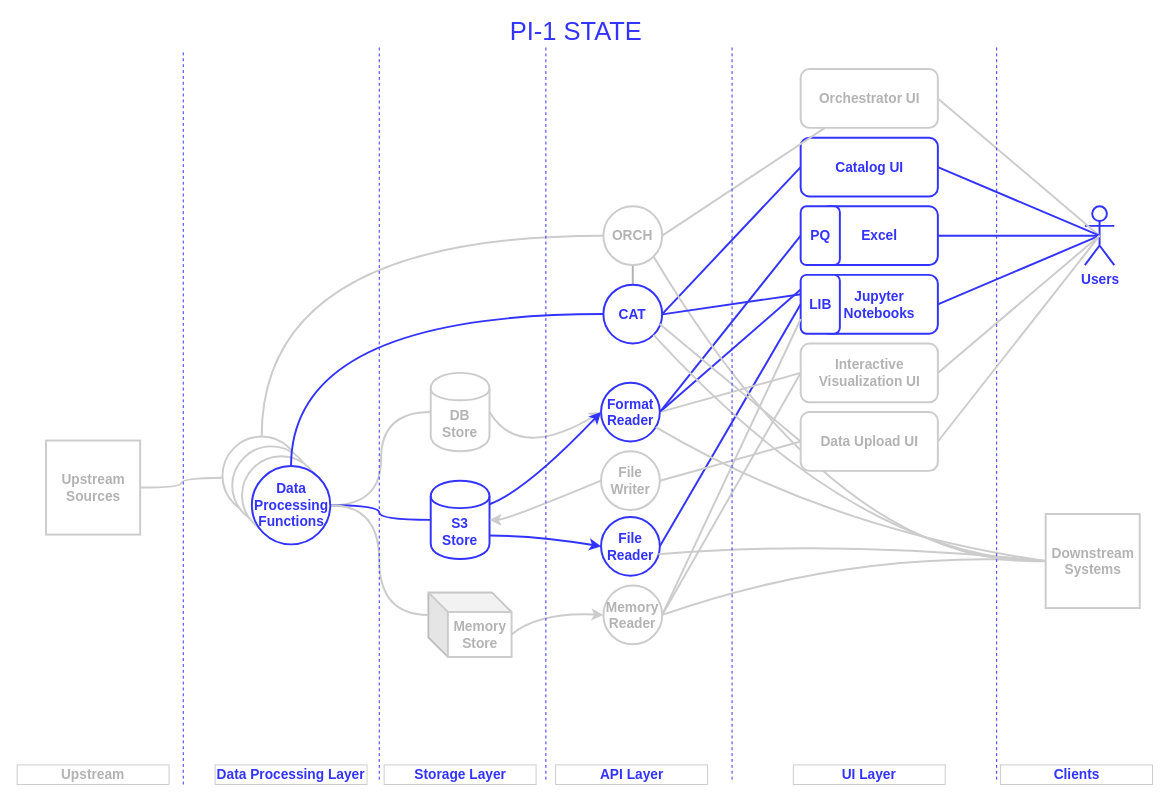
Earlier version of the draw.io diagram light-pi1-state.drawio (victor-kolesnikov/light-design). Source tidied: cells renumbered, new cells numbered last; positions are measured from the earlier drawing's top-left corner, leaving out a move shared by most shapes. Both pictures are drawn from the tidied source at 98%, with x=0, y=0 at pixel (17, 22).
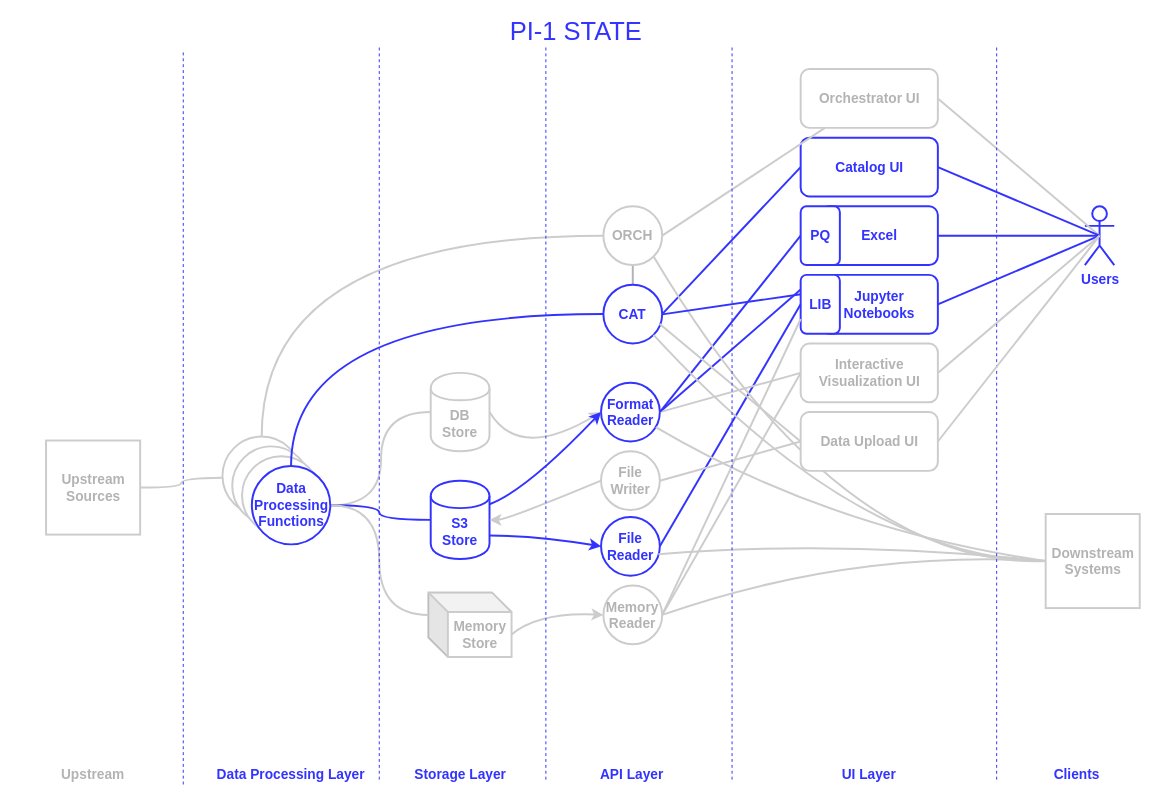
After the change.

The edit, as a diff of the source:
```diff
@@
-    <mxCell id="60" value="&lt;b&gt;&lt;font style=&quot;font-size: 14px&quot;&gt;Data Processing Layer&lt;/font&gt;&lt;/b&gt;" style="text;html=1;strokeColor=#CCCCCC;fillColor=none;align=center;verticalAlign=middle;whiteSpace=wrap;rounded=0;fontColor=#3333FF;" parent="1" vertex="1">
+    <mxCell id="60" value="&lt;b&gt;&lt;font style=&quot;font-size: 14px&quot;&gt;Data Processing Layer&lt;/font&gt;&lt;/b&gt;" style="text;html=1;strokeColor=none;fillColor=none;align=center;verticalAlign=middle;whiteSpace=wrap;rounded=0;fontColor=#3333FF;" parent="1" vertex="1">
       <mxGeometry x="202" y="758" width="155" height="20" as="geometry" />
     </mxCell>
-    <mxCell id="61" value="&lt;b&gt;&lt;font style=&quot;font-size: 14px&quot;&gt;Storage Layer&lt;/font&gt;&lt;/b&gt;" style="text;html=1;strokeColor=#CCCCCC;fillColor=none;align=center;verticalAlign=middle;whiteSpace=wrap;rounded=0;fontColor=#3333FF;" parent="1" vertex="1">
+    <mxCell id="61" value="&lt;b&gt;&lt;font style=&quot;font-size: 14px&quot;&gt;Storage Layer&lt;/font&gt;&lt;/b&gt;" style="text;html=1;strokeColor=none;fillColor=none;align=center;verticalAlign=middle;whiteSpace=wrap;rounded=0;fontColor=#3333FF;" parent="1" vertex="1">
       <mxGeometry x="374.5" y="758" width="155" height="20" as="geometry" />
     </mxCell>
-    <mxCell id="62" value="&lt;b&gt;&lt;font style=&quot;font-size: 14px&quot;&gt;API Layer&lt;/font&gt;&lt;/b&gt;" style="text;html=1;strokeColor=#CCCCCC;fillColor=none;align=center;verticalAlign=middle;whiteSpace=wrap;rounded=0;fontColor=#3333FF;" parent="1" vertex="1">
+    <mxCell id="62" value="&lt;b&gt;&lt;font style=&quot;font-size: 14px&quot;&gt;API Layer&lt;/font&gt;&lt;/b&gt;" style="text;html=1;strokeColor=none;fillColor=none;align=center;verticalAlign=middle;whiteSpace=wrap;rounded=0;fontColor=#3333FF;" parent="1" vertex="1">
       <mxGeometry x="549.5" y="758" width="155" height="20" as="geometry" />
     </mxCell>
-    <mxCell id="63" value="&lt;b&gt;&lt;font style=&quot;font-size: 14px&quot;&gt;UI Layer&lt;/font&gt;&lt;/b&gt;" style="text;html=1;strokeColor=#CCCCCC;fillColor=none;align=center;verticalAlign=middle;whiteSpace=wrap;rounded=0;fontColor=#3333FF;" parent="1" vertex="1">
+    <mxCell id="63" value="&lt;b&gt;&lt;font style=&quot;font-size: 14px&quot;&gt;UI Layer&lt;/font&gt;&lt;/b&gt;" style="text;html=1;strokeColor=none;fillColor=none;align=center;verticalAlign=middle;whiteSpace=wrap;rounded=0;fontColor=#3333FF;" parent="1" vertex="1">
       <mxGeometry x="792" y="758" width="155" height="20" as="geometry" />
     </mxCell>
-    <mxCell id="64" value="&lt;b&gt;&lt;font style=&quot;font-size: 14px&quot;&gt;Clients&lt;/font&gt;&lt;/b&gt;" style="text;html=1;strokeColor=#CCCCCC;fillColor=none;align=center;verticalAlign=middle;whiteSpace=wrap;rounded=0;fontColor=#3333FF;" parent="1" vertex="1">
+    <mxCell id="64" value="&lt;b&gt;&lt;font style=&quot;font-size: 14px&quot;&gt;Clients&lt;/font&gt;&lt;/b&gt;" style="text;html=1;strokeColor=none;fillColor=none;align=center;verticalAlign=middle;whiteSpace=wrap;rounded=0;fontColor=#3333FF;" parent="1" vertex="1">
       <mxGeometry x="1003.5" y="758" width="155" height="20" as="geometry" />
     </mxCell>
-    <mxCell id="65" value="&lt;font size=&quot;1&quot;&gt;&lt;b style=&quot;font-size: 14px&quot;&gt;Upstream&lt;/b&gt;&lt;/font&gt;" style="text;html=1;strokeColor=#CCCCCC;fillColor=none;align=center;verticalAlign=middle;whiteSpace=wrap;rounded=0;fontColor=#B3B3B3;" parent="1" vertex="1">
+    <mxCell id="65" value="&lt;font size=&quot;1&quot;&gt;&lt;b style=&quot;font-size: 14px&quot;&gt;Upstream&lt;/b&gt;&lt;/font&gt;" style="text;html=1;strokeColor=none;fillColor=none;align=center;verticalAlign=middle;whiteSpace=wrap;rounded=0;fontColor=#B3B3B3;" parent="1" vertex="1">
       <mxGeometry y="758" width="155" height="20" as="geometry" />
     </mxCell>
```
